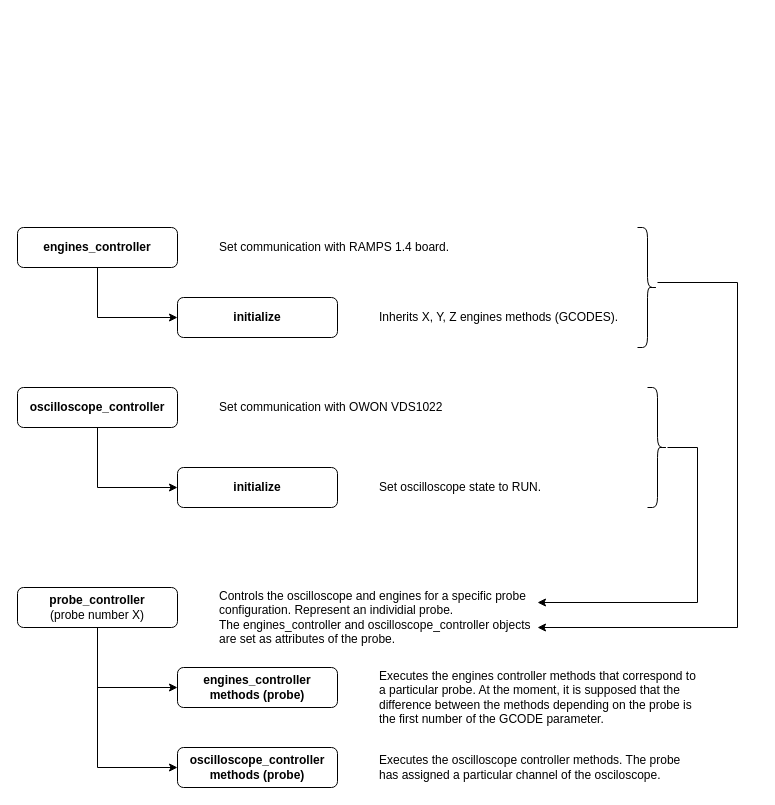
Carlosman1996/flying_probe keeps this draw.io diagram as page "Probes controller" (2 of 3) of docs/software/flowcharts.drawio. Above is the earlier version. Source tidied: cells renumbered, new cells numbered last; positions are measured from the earlier drawing's top-left corner, leaving out a move shared by most shapes. Both pictures are drawn from the tidied source at 100%, with x=0, y=0 at pixel (17, 227).
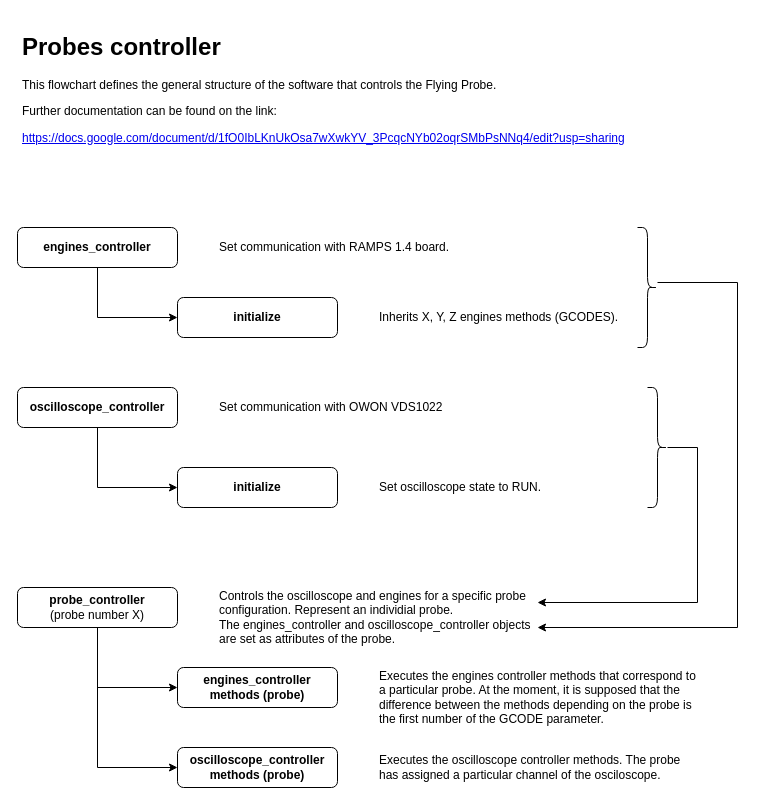
After the change.

What changed in the source:
```diff
@@
+    <mxCell id="24" value="&lt;h1&gt;Probes controller&lt;/h1&gt;&lt;p&gt;This flowchart defines the general structure of the software that controls the Flying Probe.&lt;/p&gt;&lt;p&gt;Further documentation can be found on the link:&lt;/p&gt;&lt;p&gt;&lt;a href=&quot;https://docs.google.com/document/d/1fO0IbLKnUkOsa7wXwkYV_3PcqcNYb02oqrSMbPsNNq4/edit?usp=sharing&quot;&gt;https://docs.google.com/document/d/1fO0IbLKnUkOsa7wXwkYV_3PcqcNYb02oqrSMbPsNNq4/edit?usp=sharing&lt;/a&gt;&lt;br&gt;&lt;/p&gt;" style="text;html=1;strokeColor=none;fillColor=none;spacing=5;spacingTop=-20;whiteSpace=wrap;overflow=hidden;rounded=0;" parent="1" vertex="1">
+      <mxGeometry y="-200" width="740" height="180" as="geometry" />
+    </mxCell>
```
